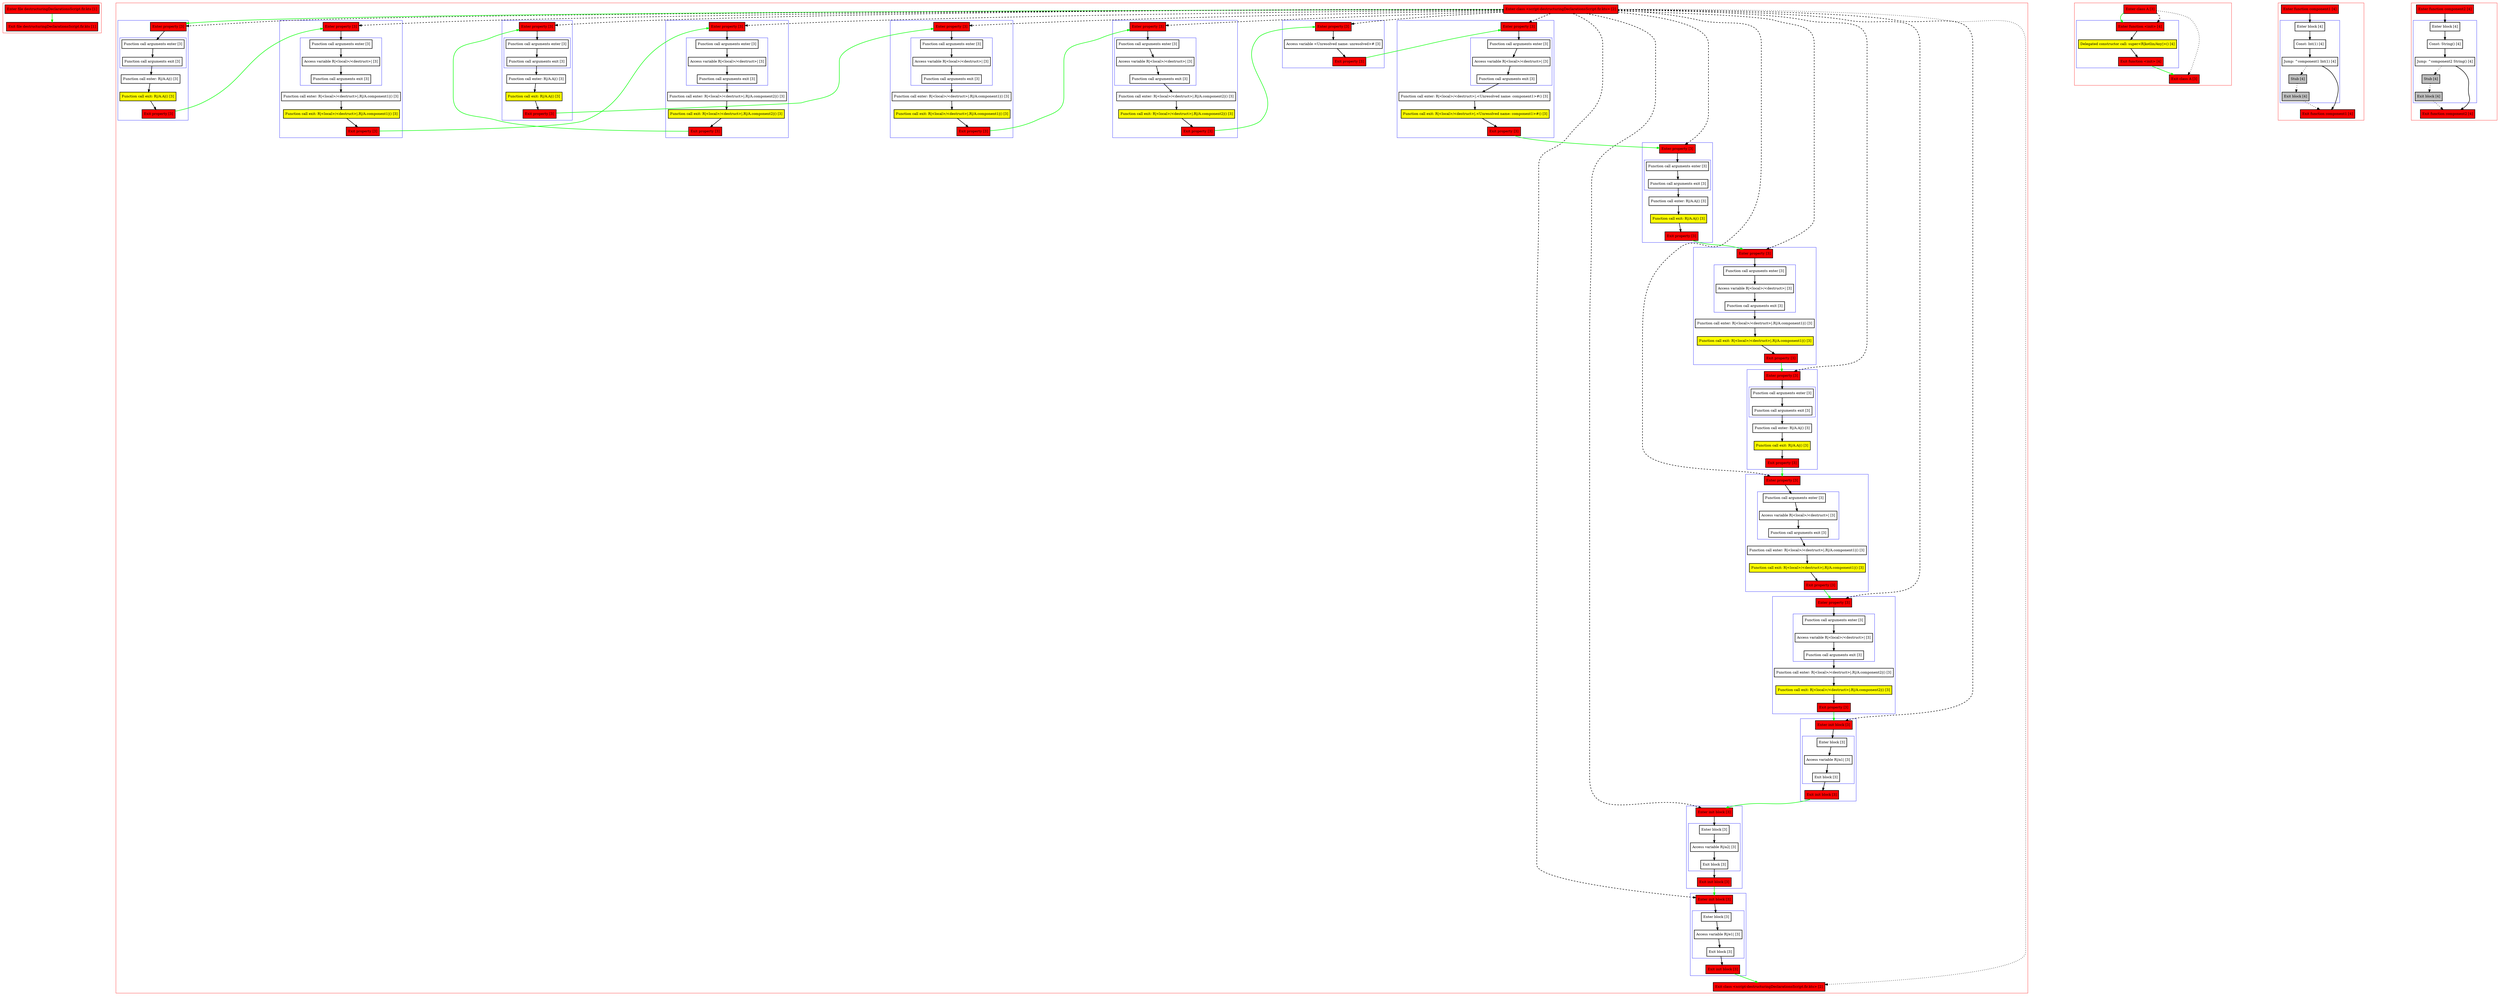
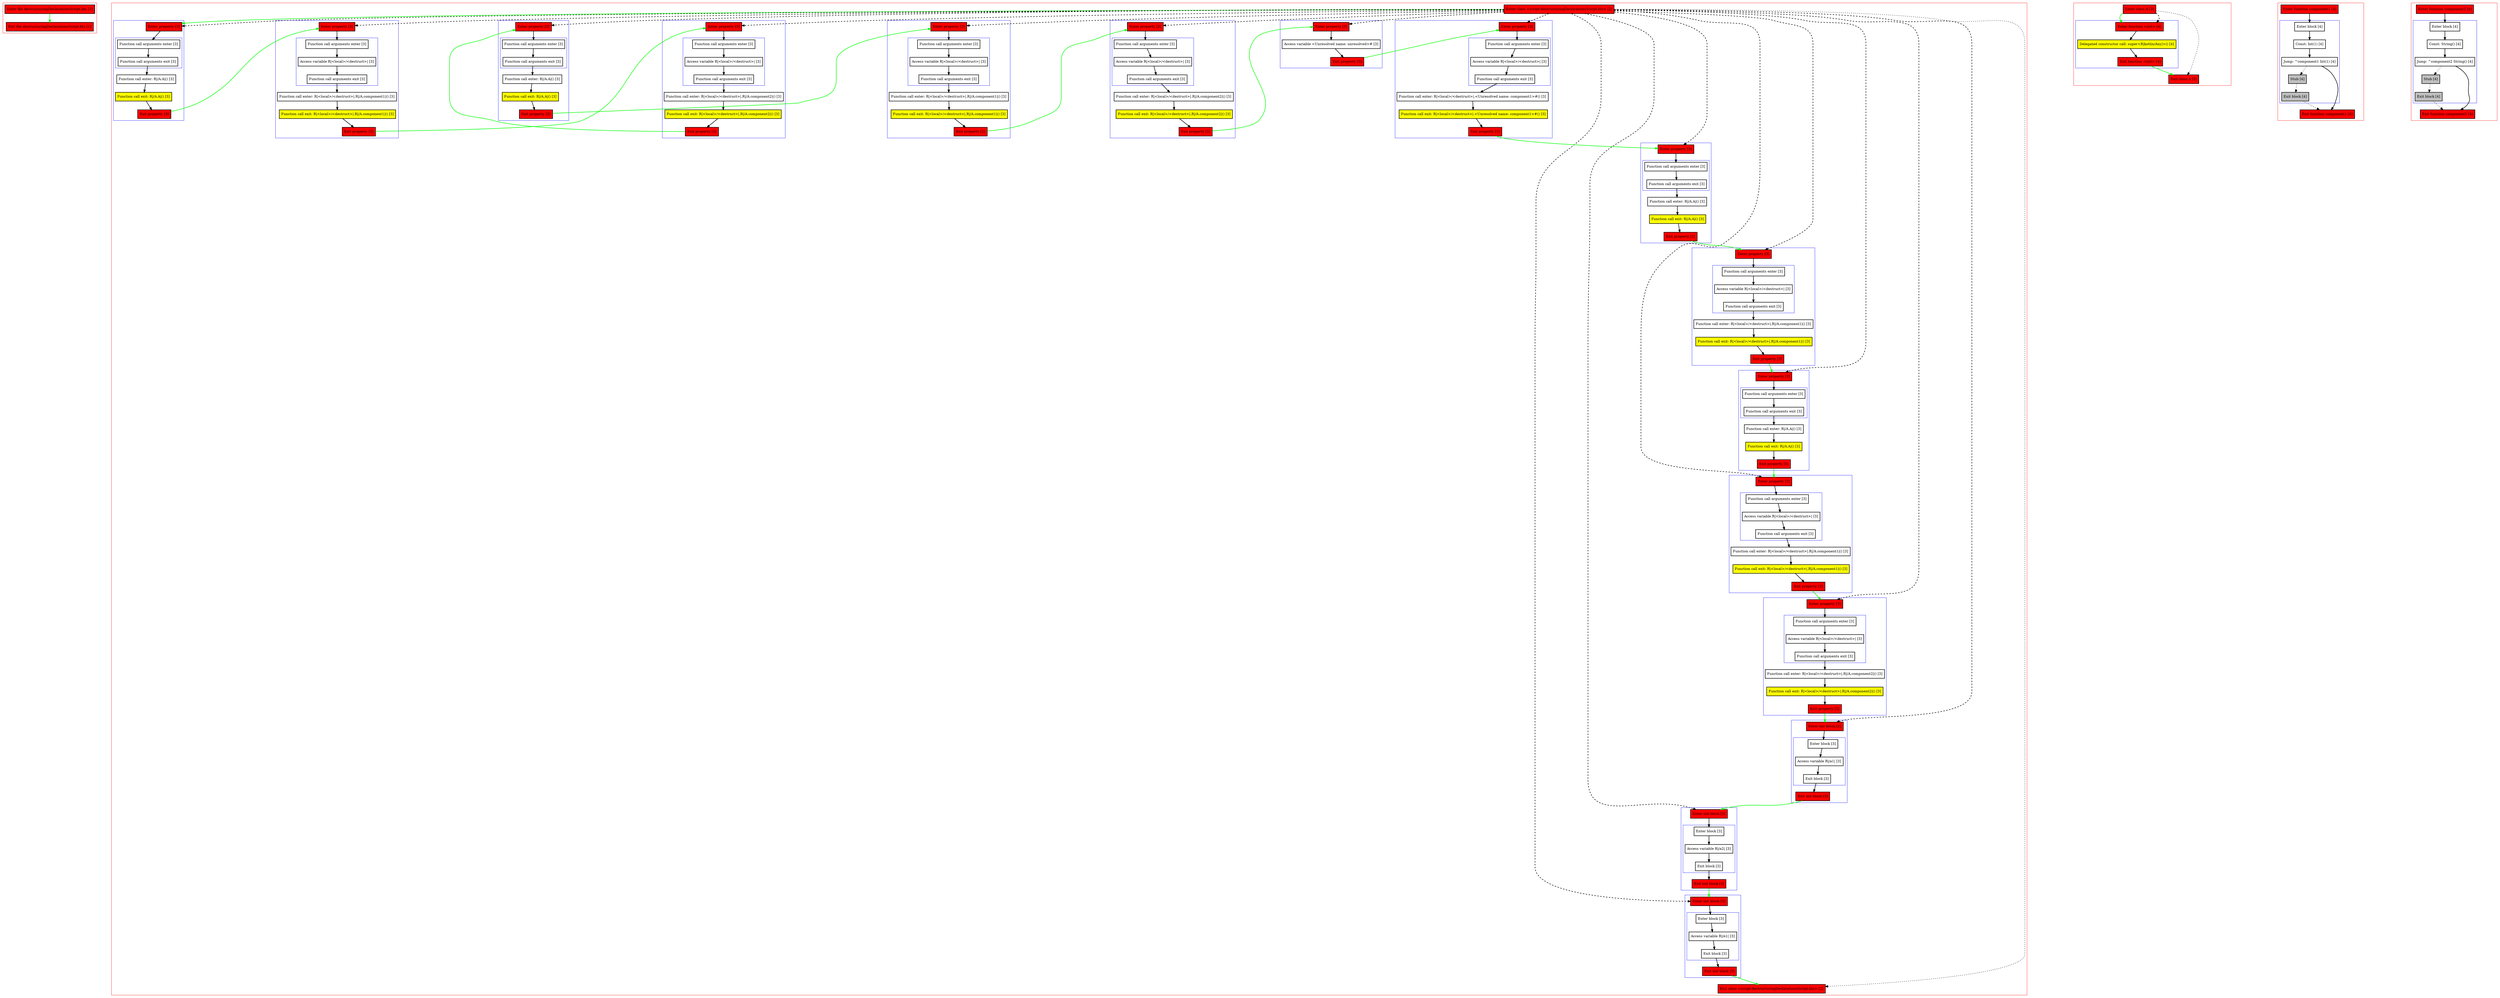
- digraph destructuringDeclarationsScript_fir_kts {
+ digraph destructuringDeclarationsScript_kts {
    graph [nodesep=3]
    node [shape=box penwidth=2]
    edge [penwidth=2]

    subgraph cluster_0 {
        color=red
-         0 [label="Enter file destructuringDeclarationsScript.fir.kts [1]" style="filled" fillcolor=red];
-         1 [label="Exit file destructuringDeclarationsScript.fir.kts [1]" style="filled" fillcolor=red];
+         0 [label="Enter file destructuringDeclarationsScript.kts [1]" style="filled" fillcolor=red];
+         1 [label="Exit file destructuringDeclarationsScript.kts [1]" style="filled" fillcolor=red];
    }
    0 -> {1} [color=green];

    subgraph cluster_1 {
        color=red
-         2 [label="Enter class <script-destructuringDeclarationsScript.fir.kts> [2]" style="filled" fillcolor=red];
+         2 [label="Enter class <script-destructuringDeclarationsScript.kts> [2]" style="filled" fillcolor=red];
        subgraph cluster_2 {
            color=blue
            3 [label="Enter property [3]" style="filled" fillcolor=red];
            subgraph cluster_3 {
                color=blue
                4 [label="Function call arguments enter [3]"];
                5 [label="Function call arguments exit [3]"];
            }
            6 [label="Function call enter: R|/A.A|() [3]"];
            7 [label="Function call exit: R|/A.A|() [3]" style="filled" fillcolor=yellow];
            8 [label="Exit property [3]" style="filled" fillcolor=red];
        }
        subgraph cluster_4 {
            color=blue
            9 [label="Enter property [3]" style="filled" fillcolor=red];
            subgraph cluster_5 {
                color=blue
                10 [label="Function call arguments enter [3]"];
                11 [label="Access variable R|<local>/<destruct>| [3]"];
                12 [label="Function call arguments exit [3]"];
            }
            13 [label="Function call enter: R|<local>/<destruct>|.R|/A.component1|() [3]"];
            14 [label="Function call exit: R|<local>/<destruct>|.R|/A.component1|() [3]" style="filled" fillcolor=yellow];
            15 [label="Exit property [3]" style="filled" fillcolor=red];
        }
        subgraph cluster_6 {
            color=blue
            16 [label="Enter property [3]" style="filled" fillcolor=red];
            subgraph cluster_7 {
                color=blue
                17 [label="Function call arguments enter [3]"];
                18 [label="Access variable R|<local>/<destruct>| [3]"];
                19 [label="Function call arguments exit [3]"];
            }
            20 [label="Function call enter: R|<local>/<destruct>|.R|/A.component2|() [3]"];
            21 [label="Function call exit: R|<local>/<destruct>|.R|/A.component2|() [3]" style="filled" fillcolor=yellow];
            22 [label="Exit property [3]" style="filled" fillcolor=red];
        }
        subgraph cluster_8 {
            color=blue
            23 [label="Enter property [3]" style="filled" fillcolor=red];
            subgraph cluster_9 {
                color=blue
                24 [label="Function call arguments enter [3]"];
                25 [label="Function call arguments exit [3]"];
            }
            26 [label="Function call enter: R|/A.A|() [3]"];
            27 [label="Function call exit: R|/A.A|() [3]" style="filled" fillcolor=yellow];
            28 [label="Exit property [3]" style="filled" fillcolor=red];
        }
        subgraph cluster_10 {
            color=blue
            29 [label="Enter property [3]" style="filled" fillcolor=red];
            subgraph cluster_11 {
                color=blue
                30 [label="Function call arguments enter [3]"];
                31 [label="Access variable R|<local>/<destruct>| [3]"];
                32 [label="Function call arguments exit [3]"];
            }
            33 [label="Function call enter: R|<local>/<destruct>|.R|/A.component1|() [3]"];
            34 [label="Function call exit: R|<local>/<destruct>|.R|/A.component1|() [3]" style="filled" fillcolor=yellow];
            35 [label="Exit property [3]" style="filled" fillcolor=red];
        }
        subgraph cluster_12 {
            color=blue
            36 [label="Enter property [3]" style="filled" fillcolor=red];
            subgraph cluster_13 {
                color=blue
                37 [label="Function call arguments enter [3]"];
                38 [label="Access variable R|<local>/<destruct>| [3]"];
                39 [label="Function call arguments exit [3]"];
            }
            40 [label="Function call enter: R|<local>/<destruct>|.R|/A.component2|() [3]"];
            41 [label="Function call exit: R|<local>/<destruct>|.R|/A.component2|() [3]" style="filled" fillcolor=yellow];
            42 [label="Exit property [3]" style="filled" fillcolor=red];
        }
        subgraph cluster_14 {
            color=blue
            43 [label="Enter property [3]" style="filled" fillcolor=red];
            44 [label="Access variable <Unresolved name: unresolved># [3]"];
            45 [label="Exit property [3]" style="filled" fillcolor=red];
        }
        subgraph cluster_15 {
            color=blue
            46 [label="Enter property [3]" style="filled" fillcolor=red];
            subgraph cluster_16 {
                color=blue
                47 [label="Function call arguments enter [3]"];
                48 [label="Access variable R|<local>/<destruct>| [3]"];
                49 [label="Function call arguments exit [3]"];
            }
            50 [label="Function call enter: R|<local>/<destruct>|.<Unresolved name: component1>#() [3]"];
            51 [label="Function call exit: R|<local>/<destruct>|.<Unresolved name: component1>#() [3]" style="filled" fillcolor=yellow];
            52 [label="Exit property [3]" style="filled" fillcolor=red];
        }
        subgraph cluster_17 {
            color=blue
            53 [label="Enter property [3]" style="filled" fillcolor=red];
            subgraph cluster_18 {
                color=blue
                54 [label="Function call arguments enter [3]"];
                55 [label="Function call arguments exit [3]"];
            }
            56 [label="Function call enter: R|/A.A|() [3]"];
            57 [label="Function call exit: R|/A.A|() [3]" style="filled" fillcolor=yellow];
            58 [label="Exit property [3]" style="filled" fillcolor=red];
        }
        subgraph cluster_19 {
            color=blue
            59 [label="Enter property [3]" style="filled" fillcolor=red];
            subgraph cluster_20 {
                color=blue
                60 [label="Function call arguments enter [3]"];
                61 [label="Access variable R|<local>/<destruct>| [3]"];
                62 [label="Function call arguments exit [3]"];
            }
            63 [label="Function call enter: R|<local>/<destruct>|.R|/A.component1|() [3]"];
            64 [label="Function call exit: R|<local>/<destruct>|.R|/A.component1|() [3]" style="filled" fillcolor=yellow];
            65 [label="Exit property [3]" style="filled" fillcolor=red];
        }
        subgraph cluster_21 {
            color=blue
            66 [label="Enter property [3]" style="filled" fillcolor=red];
            subgraph cluster_22 {
                color=blue
                67 [label="Function call arguments enter [3]"];
                68 [label="Function call arguments exit [3]"];
            }
            69 [label="Function call enter: R|/A.A|() [3]"];
            70 [label="Function call exit: R|/A.A|() [3]" style="filled" fillcolor=yellow];
            71 [label="Exit property [3]" style="filled" fillcolor=red];
        }
        subgraph cluster_23 {
            color=blue
            72 [label="Enter property [3]" style="filled" fillcolor=red];
            subgraph cluster_24 {
                color=blue
                73 [label="Function call arguments enter [3]"];
                74 [label="Access variable R|<local>/<destruct>| [3]"];
                75 [label="Function call arguments exit [3]"];
            }
            76 [label="Function call enter: R|<local>/<destruct>|.R|/A.component1|() [3]"];
            77 [label="Function call exit: R|<local>/<destruct>|.R|/A.component1|() [3]" style="filled" fillcolor=yellow];
            78 [label="Exit property [3]" style="filled" fillcolor=red];
        }
        subgraph cluster_25 {
            color=blue
            79 [label="Enter property [3]" style="filled" fillcolor=red];
            subgraph cluster_26 {
                color=blue
                80 [label="Function call arguments enter [3]"];
                81 [label="Access variable R|<local>/<destruct>| [3]"];
                82 [label="Function call arguments exit [3]"];
            }
            83 [label="Function call enter: R|<local>/<destruct>|.R|/A.component2|() [3]"];
            84 [label="Function call exit: R|<local>/<destruct>|.R|/A.component2|() [3]" style="filled" fillcolor=yellow];
            85 [label="Exit property [3]" style="filled" fillcolor=red];
        }
        subgraph cluster_27 {
            color=blue
            86 [label="Enter init block [3]" style="filled" fillcolor=red];
            subgraph cluster_28 {
                color=blue
                87 [label="Enter block [3]"];
                88 [label="Access variable R|/a1| [3]"];
                89 [label="Exit block [3]"];
            }
            90 [label="Exit init block [3]" style="filled" fillcolor=red];
        }
        subgraph cluster_29 {
            color=blue
            91 [label="Enter init block [3]" style="filled" fillcolor=red];
            subgraph cluster_30 {
                color=blue
                92 [label="Enter block [3]"];
                93 [label="Access variable R|/a2| [3]"];
                94 [label="Exit block [3]"];
            }
            95 [label="Exit init block [3]" style="filled" fillcolor=red];
        }
        subgraph cluster_31 {
            color=blue
            96 [label="Enter init block [3]" style="filled" fillcolor=red];
            subgraph cluster_32 {
                color=blue
                97 [label="Enter block [3]"];
                98 [label="Access variable R|/e1| [3]"];
                99 [label="Exit block [3]"];
            }
            100 [label="Exit init block [3]" style="filled" fillcolor=red];
        }
-         101 [label="Exit class <script-destructuringDeclarationsScript.fir.kts> [2]" style="filled" fillcolor=red];
+         101 [label="Exit class <script-destructuringDeclarationsScript.kts> [2]" style="filled" fillcolor=red];
    }
    2 -> {3} [color=green];
    2 -> {101} [style=dotted];
    2 -> {3 9 16 23 29 36 43 46 53 59 66 72 79 86 91 96} [style=dashed];
    3 -> {4};
    4 -> {5};
    5 -> {6};
    6 -> {7};
    7 -> {8};
    8 -> {9} [color=green];
    9 -> {10};
    10 -> {11};
    11 -> {12};
    12 -> {13};
    13 -> {14};
    14 -> {15};
    15 -> {16} [color=green];
    16 -> {17};
    17 -> {18};
    18 -> {19};
    19 -> {20};
    20 -> {21};
    21 -> {22};
    22 -> {23} [color=green];
    23 -> {24};
    24 -> {25};
    25 -> {26};
    26 -> {27};
    27 -> {28};
    28 -> {29} [color=green];
    29 -> {30};
    30 -> {31};
    31 -> {32};
    32 -> {33};
    33 -> {34};
    34 -> {35};
    35 -> {36} [color=green];
    36 -> {37};
    37 -> {38};
    38 -> {39};
    39 -> {40};
    40 -> {41};
    41 -> {42};
    42 -> {43} [color=green];
    43 -> {44};
    44 -> {45};
    45 -> {46} [color=green];
    46 -> {47};
    47 -> {48};
    48 -> {49};
    49 -> {50};
    50 -> {51};
    51 -> {52};
    52 -> {53} [color=green];
    53 -> {54};
    54 -> {55};
    55 -> {56};
    56 -> {57};
    57 -> {58};
    58 -> {59} [color=green];
    59 -> {60};
    60 -> {61};
    61 -> {62};
    62 -> {63};
    63 -> {64};
    64 -> {65};
    65 -> {66} [color=green];
    66 -> {67};
    67 -> {68};
    68 -> {69};
    69 -> {70};
    70 -> {71};
    71 -> {72} [color=green];
    72 -> {73};
    73 -> {74};
    74 -> {75};
    75 -> {76};
    76 -> {77};
    77 -> {78};
    78 -> {79} [color=green];
    79 -> {80};
    80 -> {81};
    81 -> {82};
    82 -> {83};
    83 -> {84};
    84 -> {85};
    85 -> {86} [color=green];
    86 -> {87};
    87 -> {88};
    88 -> {89};
    89 -> {90};
    90 -> {91} [color=green];
    91 -> {92};
    92 -> {93};
    93 -> {94};
    94 -> {95};
    95 -> {96} [color=green];
    96 -> {97};
    97 -> {98};
    98 -> {99};
    99 -> {100};
    100 -> {101} [color=green];

    subgraph cluster_33 {
        color=red
        102 [label="Enter class A [3]" style="filled" fillcolor=red];
        subgraph cluster_34 {
            color=blue
            103 [label="Enter function <init> [4]" style="filled" fillcolor=red];
            104 [label="Delegated constructor call: super<R|kotlin/Any|>() [4]" style="filled" fillcolor=yellow];
            105 [label="Exit function <init> [4]" style="filled" fillcolor=red];
        }
        106 [label="Exit class A [3]" style="filled" fillcolor=red];
    }
    102 -> {103} [color=green];
    102 -> {106} [style=dotted];
    102 -> {103} [style=dashed];
    103 -> {104};
    104 -> {105};
    105 -> {106} [color=green];

    subgraph cluster_35 {
        color=red
        107 [label="Enter function component1 [4]" style="filled" fillcolor=red];
        subgraph cluster_36 {
            color=blue
            108 [label="Enter block [4]"];
            109 [label="Const: Int(1) [4]"];
            110 [label="Jump: ^component1 Int(1) [4]"];
            111 [label="Stub [4]" style="filled" fillcolor=gray];
            112 [label="Exit block [4]" style="filled" fillcolor=gray];
        }
        113 [label="Exit function component1 [4]" style="filled" fillcolor=red];
    }
    107 -> {108};
    108 -> {109};
    109 -> {110};
    110 -> {113};
    110 -> {111} [style=dotted];
    111 -> {112} [style=dotted];
    112 -> {113} [style=dotted];

    subgraph cluster_37 {
        color=red
        114 [label="Enter function component2 [4]" style="filled" fillcolor=red];
        subgraph cluster_38 {
            color=blue
            115 [label="Enter block [4]"];
            116 [label="Const: String() [4]"];
            117 [label="Jump: ^component2 String() [4]"];
            118 [label="Stub [4]" style="filled" fillcolor=gray];
            119 [label="Exit block [4]" style="filled" fillcolor=gray];
        }
        120 [label="Exit function component2 [4]" style="filled" fillcolor=red];
    }
    114 -> {115};
    115 -> {116};
    116 -> {117};
    117 -> {120};
    117 -> {118} [style=dotted];
    118 -> {119} [style=dotted];
    119 -> {120} [style=dotted];

}
